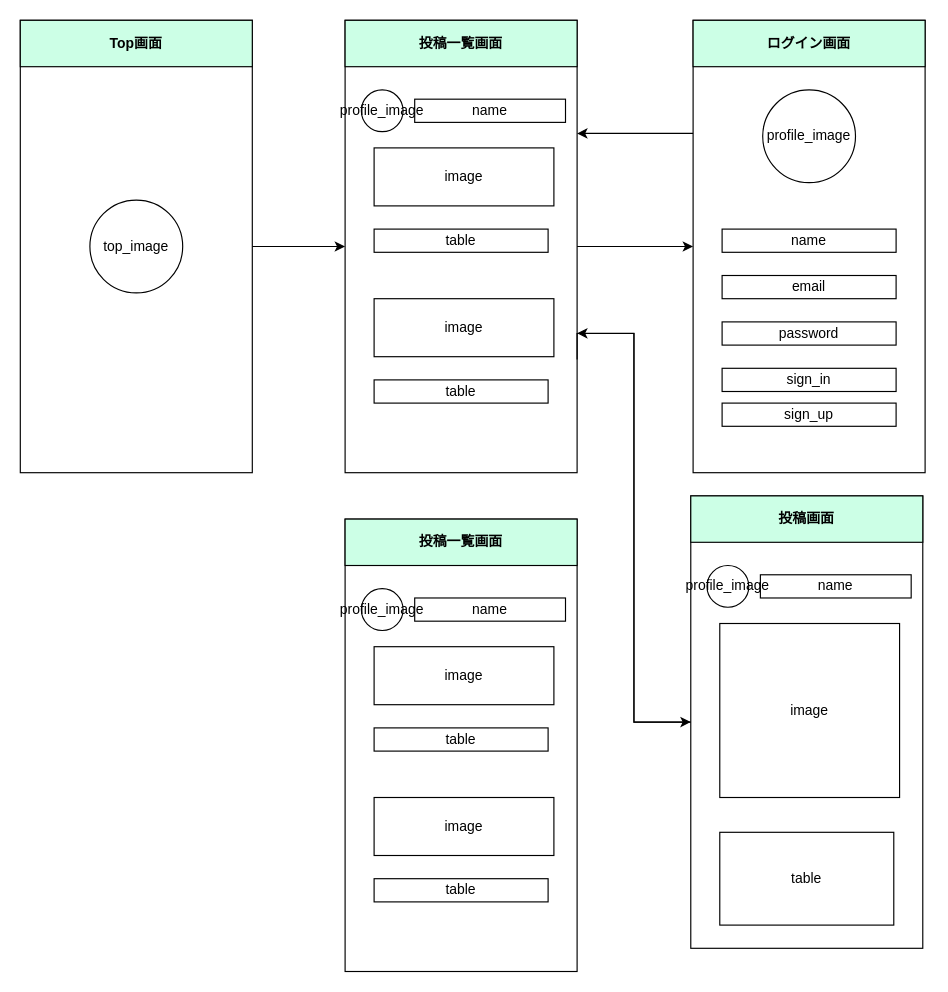
3582/Swift_portfolio keeps this draw.io diagram as 画面遷移図.drawio. Above is the earlier version. Source tidied: cells renumbered, new cells numbered last; positions are measured from the earlier drawing's top-left corner, leaving out a move shared by most shapes. Both pictures are drawn from the tidied source at 116%, with x=0, y=0 at pixel (20, 20).
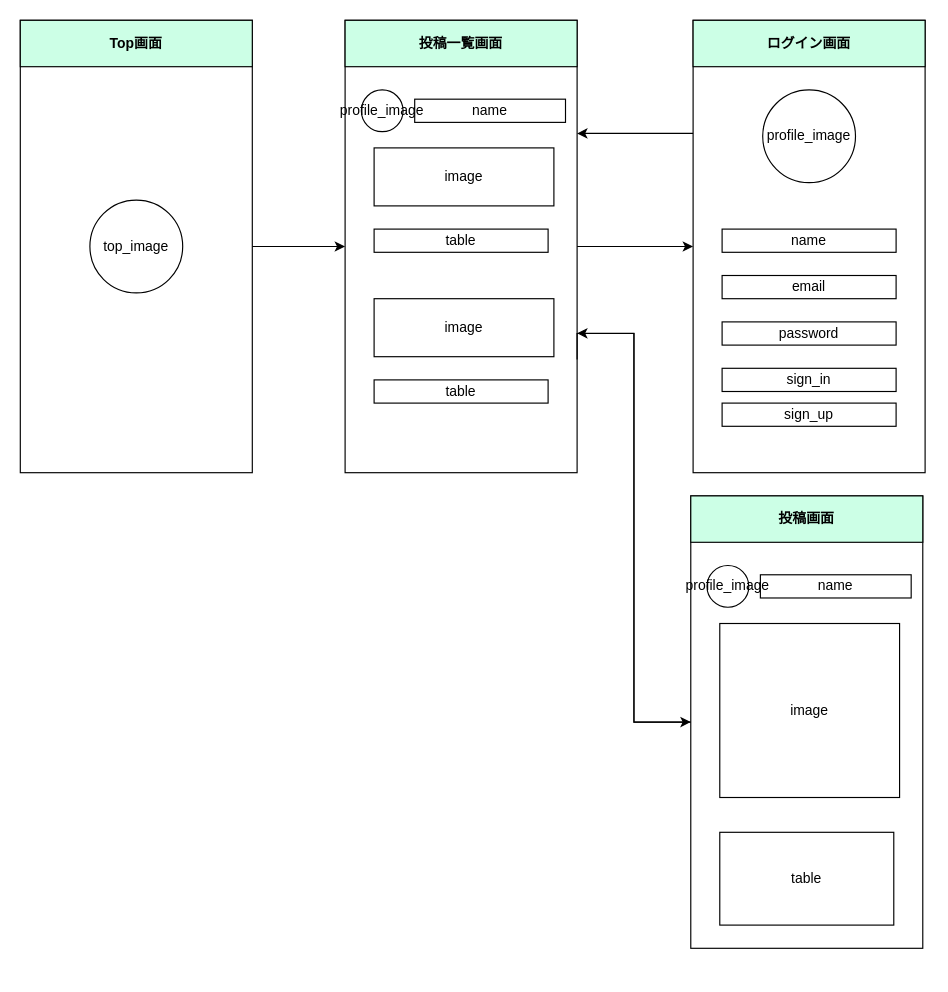
Above is the later version.

Commit message:
画面遷移図.drawio を更新します

Change to the diagram source:
```diff
@@
-    <mxCell id="37" style="group;" parent="1" vertex="1">
-      <mxGeometry x="280" y="430" width="204" height="390" as="geometry" />
-    </mxCell>
-    <mxCell id="38" style="rounded=0;whiteSpace=wrap;html=1;" parent="37" vertex="1">
-      <mxGeometry width="200" height="390" as="geometry" />
-    </mxCell>
-    <mxCell id="39" value="profile_image" style="ellipse;whiteSpace=wrap;html=1;" parent="37" vertex="1">
-      <mxGeometry x="14" y="60" width="36" height="36" as="geometry" />
-    </mxCell>
-    <mxCell id="40" value="table" style="text;html=1;fillColor=none;align=center;verticalAlign=middle;whiteSpace=wrap;rounded=0;strokeColor=#000000;" parent="37" vertex="1">
-      <mxGeometry x="25" y="180" width="150" height="20" as="geometry" />
-    </mxCell>
-    <mxCell id="41" value="image" style="text;html=1;fillColor=none;align=center;verticalAlign=middle;whiteSpace=wrap;rounded=0;strokeColor=#000000;" parent="37" vertex="1">
-      <mxGeometry x="25" y="110" width="155" height="50" as="geometry" />
-    </mxCell>
-    <mxCell id="42" value="table" style="text;html=1;fillColor=none;align=center;verticalAlign=middle;whiteSpace=wrap;rounded=0;strokeColor=#000000;" parent="37" vertex="1">
-      <mxGeometry x="25" y="310" width="150" height="20" as="geometry" />
-    </mxCell>
-    <mxCell id="43" value="image" style="text;html=1;fillColor=none;align=center;verticalAlign=middle;whiteSpace=wrap;rounded=0;strokeColor=#000000;" parent="37" vertex="1">
-      <mxGeometry x="25" y="240" width="155" height="50" as="geometry" />
-    </mxCell>
-    <mxCell id="44" value="name" style="text;html=1;fillColor=none;align=center;verticalAlign=middle;whiteSpace=wrap;rounded=0;strokeColor=#000000;" parent="37" vertex="1">
-      <mxGeometry x="60" y="68" width="130" height="20" as="geometry" />
-    </mxCell>
-    <mxCell id="45" value="&lt;b&gt;投稿一覧画面&lt;/b&gt;" style="rounded=0;whiteSpace=wrap;html=1;labelBackgroundColor=none;fillColor=#CCFFE6;" parent="37" vertex="1">
-      <mxGeometry width="200" height="40" as="geometry" />
-    </mxCell>
```
